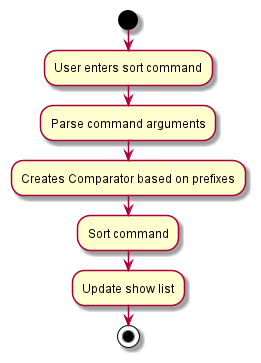
Above: docs/images/SortShowDiagram.png in nus-cs2103-AY2122S2/tp (PlantUML), before the change. The source it was exported from:
```plantuml
@startuml

start
:User enters sort command;
:Parse command arguments;
:Creates Comparator based on prefixes;
:Sort command;
:Update show list;
stop

@enduml
```
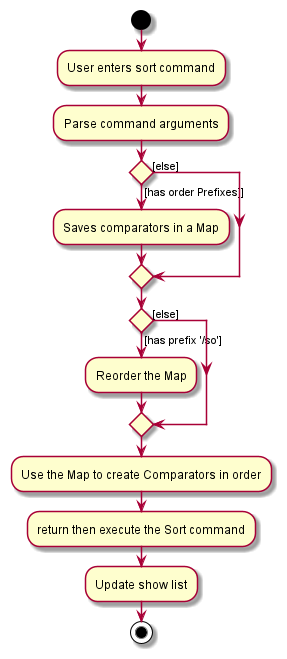
After the commit.

Commit message:
Update UG and DG for rework Sort

What changed in the source:
```diff
@@ -3,8 +3,17 @@
 start
 :User enters sort command;
 :Parse command arguments;
-:Creates Comparator based on prefixes;
-:Sort command;
+
+if () then ([has order Prefixes]])
+    :Saves comparators in a Map;
+else ([else])
+endif
+if () then ([has prefix '/so'])
+    :Reorder the Map;
+else ([else])
+endif
+:Use the Map to create Comparators in order;
+:return then execute the Sort command;
 :Update show list;
 stop
 
```
